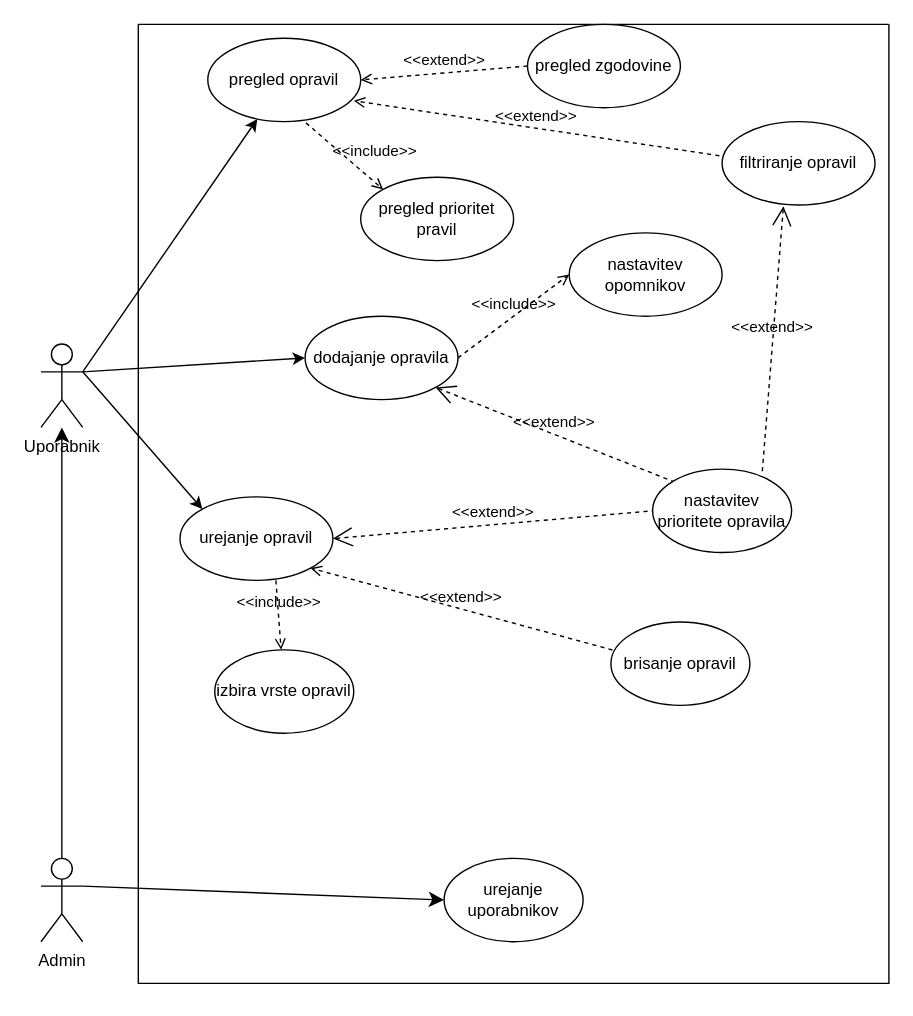
jernejjerot/ZagotavljanjeKakovostiToDo keeps this draw.io diagram as ToDoApp/data/DPU.drawio. Above is the earlier version. Source tidied: cells renumbered, new cells numbered last; positions are measured from the earlier drawing's top-left corner, leaving out a move shared by most shapes. Both pictures are drawn from the tidied source at 139%, with x=0, y=0 at pixel (40, 24).
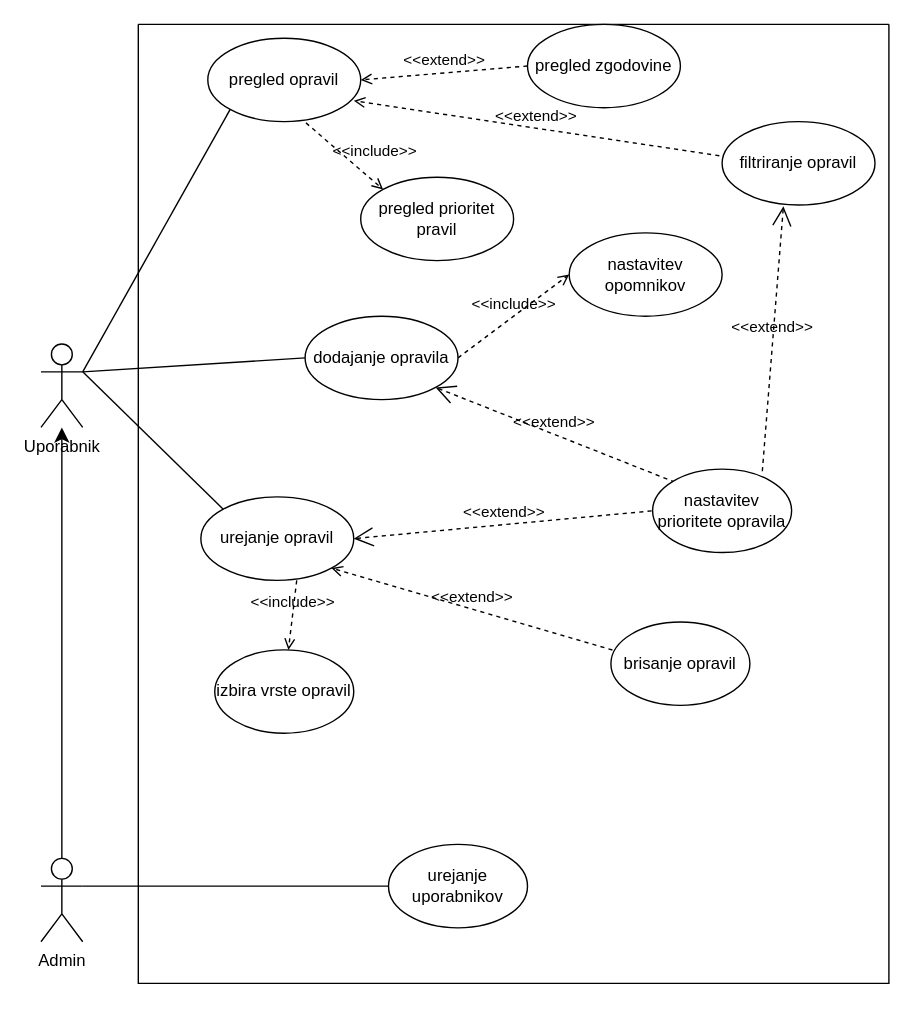
The same page after the edit.

Unchanged cells that the change refers to:
```xml
<mxCell id="2" style="swimlane;startSize=0;" parent="1" vertex="1">
  <mxGeometry x="70" width="540" height="690" as="geometry" />
</mxCell>
<mxCell id="3" value="dodajanje opravila" style="ellipse;whiteSpace=wrap;html=1;" parent="2" vertex="1">
  <mxGeometry x="120" y="210" width="110" height="60" as="geometry" />
</mxCell>
<mxCell id="5" value="pregled opravil" style="ellipse;whiteSpace=wrap;html=1;" parent="2" vertex="1">
  <mxGeometry x="50" y="10" width="110" height="60" as="geometry" />
</mxCell>
<mxCell id="26" value="Uporabnik&lt;br&gt;" style="shape=umlActor;verticalLabelPosition=bottom;verticalAlign=top;html=1;outlineConnect=0;" parent="1" vertex="1">
  <mxGeometry y="230" width="30" height="60" as="geometry" />
</mxCell>
<mxCell id="29" value="Admin&lt;div&gt;&lt;br&gt;&lt;/div&gt;" style="shape=umlActor;verticalLabelPosition=bottom;verticalAlign=top;html=1;outlineConnect=0;" parent="1" vertex="1">
  <mxGeometry y="600" width="30" height="60" as="geometry" />
</mxCell>
```

Change to the diagram source:
```diff
@@
     <mxCell id="7" value="urejanje opravil" style="ellipse;whiteSpace=wrap;html=1;" parent="2" vertex="1">
-      <mxGeometry x="30" y="340" width="110" height="60" as="geometry" />
+      <mxGeometry x="45" y="340" width="110" height="60" as="geometry" />
     </mxCell>
@@
     <mxCell id="13" value="urejanje uporabnikov" style="ellipse;whiteSpace=wrap;html=1;" parent="2" vertex="1">
-      <mxGeometry x="220" y="600" width="100" height="60" as="geometry" />
+      <mxGeometry x="180" y="590" width="100" height="60" as="geometry" />
     </mxCell>
@@
-    <mxCell id="23" style="edgeStyle=none;html=1;exitX=1;exitY=0.3333333333333333;exitDx=0;exitDy=0;exitPerimeter=0;entryX=0;entryY=0.5;entryDx=0;entryDy=0;" parent="1" edge="1" source="26" target="3">
-      <mxGeometry relative="1" as="geometry" />
-    </mxCell>
-    <mxCell id="24" style="edgeStyle=none;html=1;exitX=1;exitY=0.3333333333333333;exitDx=0;exitDy=0;exitPerimeter=0;" parent="1" edge="1" source="26" target="5">
-      <mxGeometry relative="1" as="geometry" />
-    </mxCell>
-    <mxCell id="25" style="edgeStyle=none;html=1;exitX=1;exitY=0.3333333333333333;exitDx=0;exitDy=0;exitPerimeter=0;entryX=0;entryY=0;entryDx=0;entryDy=0;" parent="1" edge="1" source="26" target="7">
-      <mxGeometry relative="1" as="geometry" />
-    </mxCell>
@@
-    <mxCell id="28" style="edgeStyle=none;curved=1;rounded=0;jettySize=auto;html=1;exitX=1;exitY=0.3333333333333333;exitDx=0;exitDy=0;exitPerimeter=0;entryX=0;entryY=0.5;entryDx=0;entryDy=0;fontSize=12;startSize=8;endSize=8;" parent="1" edge="1" source="29" target="13">
-      <mxGeometry relative="1" as="geometry" />
-    </mxCell>
@@
+    <mxCell id="30" style="endArrow=none;html=1;rounded=0;entryX=1;entryY=0.3333333333333333;entryDx=0;entryDy=0;entryPerimeter=0;exitX=0;exitY=0;exitDx=0;exitDy=0;" parent="1" edge="1" source="7" target="26">
+      <mxGeometry relative="1" as="geometry" />
+    </mxCell>
+    <mxCell id="31" style="endArrow=none;html=1;rounded=0;entryX=1;entryY=0.3333333333333333;entryDx=0;entryDy=0;entryPerimeter=0;exitX=0;exitY=0.5;exitDx=0;exitDy=0;" parent="1" edge="1" source="3" target="26">
+      <mxGeometry relative="1" as="geometry" />
+    </mxCell>
+    <mxCell id="32" style="endArrow=none;html=1;rounded=0;entryX=1;entryY=0.3333333333333333;entryDx=0;entryDy=0;entryPerimeter=0;exitX=0;exitY=1;exitDx=0;exitDy=0;" parent="1" edge="1" source="5" target="26">
+      <mxGeometry relative="1" as="geometry" />
+    </mxCell>
+    <mxCell id="33" style="endArrow=none;html=1;rounded=0;entryX=1;entryY=0.3333333333333333;entryDx=0;entryDy=0;entryPerimeter=0;exitX=0;exitY=0.5;exitDx=0;exitDy=0;" parent="1" edge="1" source="13" target="29">
+      <mxGeometry relative="1" as="geometry">
+        <Array as="points">
+          <mxPoint x="170" y="620" />
+        </Array>
+      </mxGeometry>
+    </mxCell>
```
